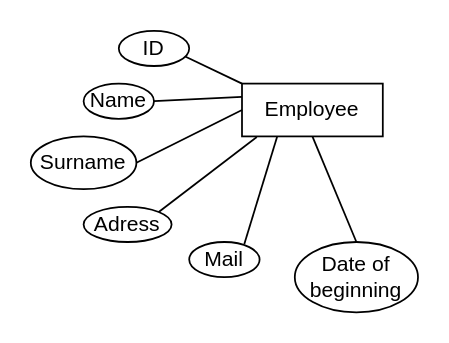
AntoineD74/Database-project keeps this draw.io diagram as Untitled Diagram.drawio. Above is the earlier version. Source tidied: cells renumbered, new cells numbered last; positions are measured from the earlier drawing's top-left corner, leaving out a move shared by most shapes. Both pictures are drawn from the tidied source at 176%, with x=0, y=0 at pixel (30, 30).
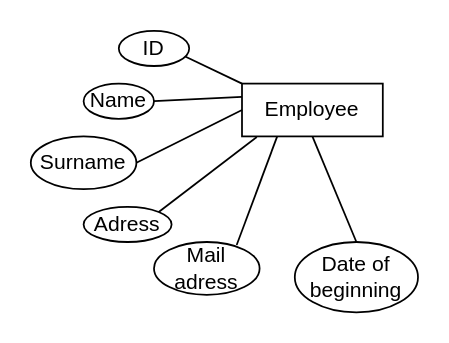
After the change.

Commit message (it also covers changes not shown here):
scheme_database

Change to the diagram source:
```diff
@@
 <mxGraphModel>
   <root>
     <mxCell id="0" />
     <mxCell id="1" parent="0" />
     <mxCell id="2" value="Employee" style="rounded=0;whiteSpace=wrap;html=1;" parent="1" vertex="1">
       <mxGeometry x="120" y="30" width="80" height="30" as="geometry" />
     </mxCell>
     <mxCell id="3" value="Adress" style="ellipse;whiteSpace=wrap;html=1;" parent="1" vertex="1">
       <mxGeometry x="30" y="100" width="50" height="20" as="geometry" />
     </mxCell>
-    <mxCell id="4" value="Mail" style="ellipse;whiteSpace=wrap;html=1;" parent="1" vertex="1">
-      <mxGeometry x="90" y="120" width="40" height="20" as="geometry" />
+    <mxCell id="4" value="Mail adress" style="ellipse;whiteSpace=wrap;html=1;" parent="1" vertex="1">
+      <mxGeometry x="70" y="120" width="60" height="30" as="geometry" />
     </mxCell>
     <mxCell id="5" value="Surname" style="ellipse;whiteSpace=wrap;html=1;" parent="1" vertex="1">
       <mxGeometry y="60" width="60" height="30" as="geometry" />
     </mxCell>
     <mxCell id="6" value="Name" style="ellipse;whiteSpace=wrap;html=1;" parent="1" vertex="1">
       <mxGeometry x="30" y="30" width="40" height="20" as="geometry" />
     </mxCell>
     <mxCell id="7" value="ID" style="ellipse;whiteSpace=wrap;html=1;" parent="1" vertex="1">
       <mxGeometry x="50" width="40" height="20" as="geometry" />
     </mxCell>
     <mxCell id="8" value="Date of beginning" style="ellipse;whiteSpace=wrap;html=1;" parent="1" vertex="1">
       <mxGeometry x="150" y="120" width="70" height="40" as="geometry" />
     </mxCell>
     <mxCell id="9" style="endArrow=none;html=1;entryX=0;entryY=0.5;entryDx=0;entryDy=0;" parent="1" edge="1" target="2">
       <mxGeometry relative="1" as="geometry">
         <mxPoint x="60" y="75" as="sourcePoint" />
       </mxGeometry>
     </mxCell>
     <mxCell id="10" style="endArrow=none;html=1;entryX=0;entryY=0.25;entryDx=0;entryDy=0;exitX=1;exitY=0.5;exitDx=0;exitDy=0;" parent="1" edge="1" source="6" target="2">
       <mxGeometry relative="1" as="geometry" />
     </mxCell>
     <mxCell id="11" style="endArrow=none;html=1;entryX=0;entryY=0;entryDx=0;entryDy=0;exitX=0.943;exitY=0.73;exitDx=0;exitDy=0;exitPerimeter=0;" parent="1" edge="1" source="7" target="2">
       <mxGeometry relative="1" as="geometry" />
     </mxCell>
     <mxCell id="12" style="endArrow=none;html=1;entryX=0.105;entryY=1.012;entryDx=0;entryDy=0;entryPerimeter=0;exitX=1;exitY=0;exitDx=0;exitDy=0;" parent="1" edge="1" source="3" target="2">
       <mxGeometry relative="1" as="geometry" />
     </mxCell>
     <mxCell id="13" style="endArrow=none;html=1;entryX=0.25;entryY=1;entryDx=0;entryDy=0;exitX=0.783;exitY=0.058;exitDx=0;exitDy=0;exitPerimeter=0;" parent="1" edge="1" source="4" target="2">
       <mxGeometry relative="1" as="geometry" />
     </mxCell>
     <mxCell id="14" style="endArrow=none;html=1;entryX=0.5;entryY=1;entryDx=0;entryDy=0;exitX=0.5;exitY=0;exitDx=0;exitDy=0;" parent="1" edge="1" source="8" target="2">
       <mxGeometry relative="1" as="geometry" />
     </mxCell>
   </root>
 </mxGraphModel>
```
